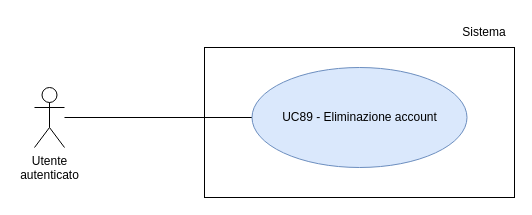
Earlier version of the draw.io diagram RTB/doc_esterna/analisi-dei-requisiti/assets/draw.io/UC89.drawio (thebitless-group-swe/thebitless.github.io). Source tidied: cells renumbered, new cells numbered last; positions are measured from the earlier drawing's top-left corner, leaving out a move shared by most shapes. Both pictures are drawn from the tidied source at 100%, with x=0, y=0 at pixel (34, 17).
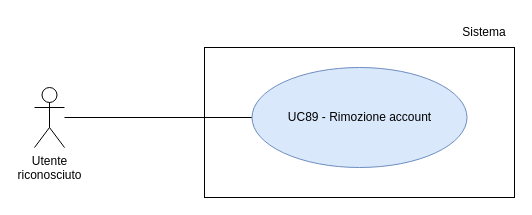
The same page after the edit.

Change to the diagram source:
```diff
@@
 <mxGraphModel>
   <root>
     <mxCell id="0" />
     <mxCell id="1" parent="0" />
     <mxCell id="2" style="rounded=0;whiteSpace=wrap;html=1;" parent="1" vertex="1">
       <mxGeometry x="170" y="30" width="310" height="150" as="geometry" />
     </mxCell>
     <mxCell id="3" style="rounded=0;jettySize=auto;html=1;entryX=0;entryY=0.5;entryDx=0;entryDy=0;endArrow=none;endFill=0;" parent="1" edge="1" source="4" target="6">
       <mxGeometry relative="1" as="geometry" />
     </mxCell>
-    <mxCell id="4" value="Utente&lt;div&gt;autenticato&lt;/div&gt;" style="shape=umlActor;verticalLabelPosition=bottom;verticalAlign=top;html=1;outlineConnect=0;" parent="1" vertex="1">
+    <mxCell id="4" value="Utente&lt;div&gt;riconosciuto&lt;/div&gt;" style="shape=umlActor;verticalLabelPosition=bottom;verticalAlign=top;html=1;outlineConnect=0;" parent="1" vertex="1">
       <mxGeometry y="70" width="30" height="60" as="geometry" />
     </mxCell>
     <mxCell id="5" value="Sistema" style="text;html=1;whiteSpace=wrap;strokeColor=none;fillColor=none;align=center;verticalAlign=middle;rounded=0;" parent="1" vertex="1">
       <mxGeometry x="420" width="60" height="30" as="geometry" />
     </mxCell>
-    <mxCell id="6" value="UC89 - Eliminazione account" style="ellipse;whiteSpace=wrap;html=1;fillColor=#dae8fc;strokeColor=#6c8ebf;" parent="1" vertex="1">
+    <mxCell id="6" value="UC89 - Rimozione account" style="ellipse;whiteSpace=wrap;html=1;fillColor=#dae8fc;strokeColor=#6c8ebf;" parent="1" vertex="1">
       <mxGeometry x="217.5" y="50" width="215" height="100" as="geometry" />
     </mxCell>
   </root>
 </mxGraphModel>
```
